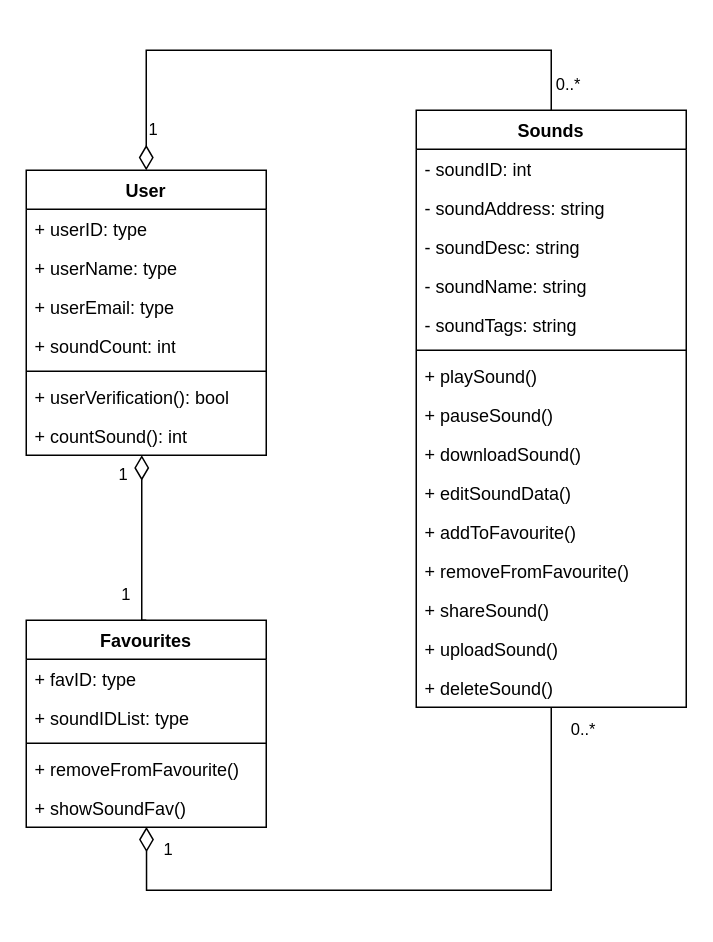
Above: page "Class Diagram" (3 of 4) of re-sfx.drawio in hieraar/re-sfx (draw.io), before the change. Source tidied: cells renumbered, new cells numbered last; positions are measured from the earlier drawing's top-left corner, leaving out a move shared by most shapes. Both pictures are drawn from the tidied source at 150%, with x=0, y=0 at pixel (26, 50).
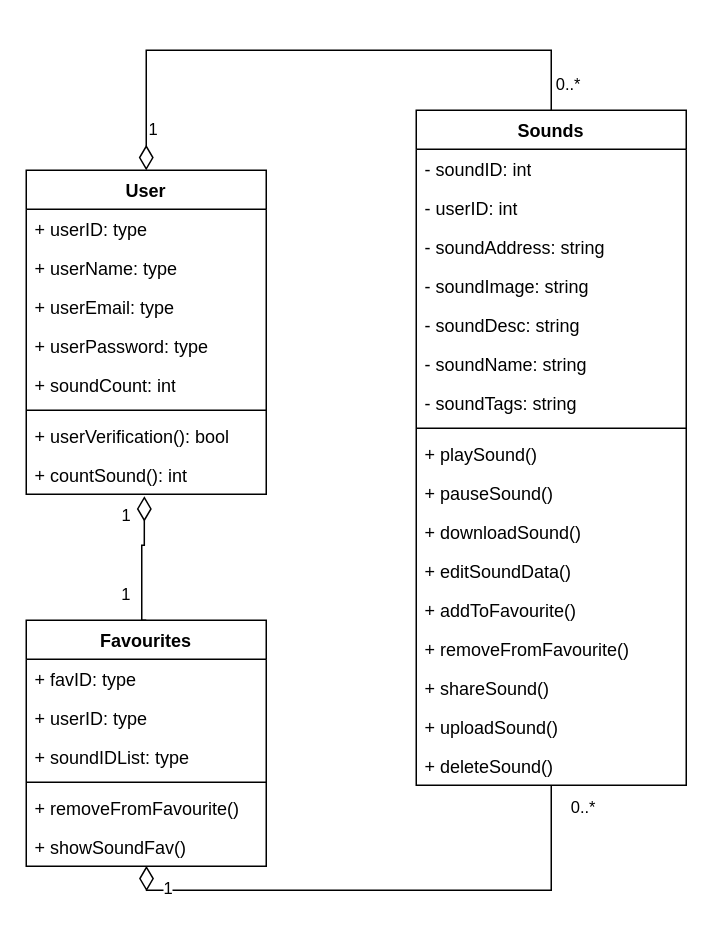
The same page after the edit.

What changed in the source:
```diff
@@
     <mxCell id="2" value="Sounds" style="swimlane;fontStyle=1;align=center;verticalAlign=top;horizontal=1;startSize=26;whiteSpace=wrap;html=1;" parent="1" vertex="1">
-      <mxGeometry x="260" y="40" width="180" height="398" as="geometry" />
+      <mxGeometry x="260" y="40" width="180" height="450" as="geometry" />
     </mxCell>
@@
+    <mxCell id="41" value="- userID: int" style="text;strokeColor=none;fillColor=none;align=left;verticalAlign=top;spacingLeft=4;spacingRight=4;overflow=hidden;whiteSpace=wrap;html=1;" parent="2" vertex="1">
+      <mxGeometry y="52" width="180" height="26" as="geometry" />
+    </mxCell>
     <mxCell id="4" value="- soundAddress: string" style="text;strokeColor=none;fillColor=none;align=left;verticalAlign=top;spacingLeft=4;spacingRight=4;overflow=hidden;whiteSpace=wrap;html=1;" parent="2" vertex="1">
-      <mxGeometry y="52" width="180" height="26" as="geometry" />
+      <mxGeometry y="78" width="180" height="26" as="geometry" />
     </mxCell>
+    <mxCell id="42" value="- soundImage: string" style="text;strokeColor=none;fillColor=none;align=left;verticalAlign=top;spacingLeft=4;spacingRight=4;overflow=hidden;whiteSpace=wrap;html=1;" parent="2" vertex="1">
+      <mxGeometry y="104" width="180" height="26" as="geometry" />
+    </mxCell>
     <mxCell id="5" value="- soundDesc: string" style="text;strokeColor=none;fillColor=none;align=left;verticalAlign=top;spacingLeft=4;spacingRight=4;overflow=hidden;whiteSpace=wrap;html=1;" parent="2" vertex="1">
-      <mxGeometry y="78" width="180" height="26" as="geometry" />
+      <mxGeometry y="130" width="180" height="26" as="geometry" />
     </mxCell>
     <mxCell id="6" value="- soundName: string" style="text;strokeColor=none;fillColor=none;align=left;verticalAlign=top;spacingLeft=4;spacingRight=4;overflow=hidden;whiteSpace=wrap;html=1;" parent="2" vertex="1">
-      <mxGeometry y="104" width="180" height="26" as="geometry" />
+      <mxGeometry y="156" width="180" height="26" as="geometry" />
     </mxCell>
     <mxCell id="7" value="- soundTags: string" style="text;strokeColor=none;fillColor=none;align=left;verticalAlign=top;spacingLeft=4;spacingRight=4;overflow=hidden;whiteSpace=wrap;html=1;" parent="2" vertex="1">
-      <mxGeometry y="130" width="180" height="26" as="geometry" />
+      <mxGeometry y="182" width="180" height="26" as="geometry" />
     </mxCell>
     <mxCell id="8" style="line;strokeWidth=1;fillColor=none;align=left;verticalAlign=middle;spacingTop=-1;spacingLeft=3;spacingRight=3;labelPosition=right;strokeColor=inherit;" parent="2" vertex="1">
-      <mxGeometry y="156" width="180" height="8" as="geometry" />
+      <mxGeometry y="208" width="180" height="8" as="geometry" />
     </mxCell>
     <mxCell id="9" value="+ playSound()" style="text;strokeColor=none;fillColor=none;align=left;verticalAlign=top;spacingLeft=4;spacingRight=4;overflow=hidden;whiteSpace=wrap;html=1;" parent="2" vertex="1">
-      <mxGeometry y="164" width="180" height="26" as="geometry" />
+      <mxGeometry y="216" width="180" height="26" as="geometry" />
     </mxCell>
     <mxCell id="10" value="+ pauseSound()" style="text;strokeColor=none;fillColor=none;align=left;verticalAlign=top;spacingLeft=4;spacingRight=4;overflow=hidden;whiteSpace=wrap;html=1;" parent="2" vertex="1">
-      <mxGeometry y="190" width="180" height="26" as="geometry" />
+      <mxGeometry y="242" width="180" height="26" as="geometry" />
     </mxCell>
     <mxCell id="11" value="+ downloadSound()" style="text;strokeColor=none;fillColor=none;align=left;verticalAlign=top;spacingLeft=4;spacingRight=4;overflow=hidden;whiteSpace=wrap;html=1;" parent="2" vertex="1">
-      <mxGeometry y="216" width="180" height="26" as="geometry" />
+      <mxGeometry y="268" width="180" height="26" as="geometry" />
     </mxCell>
     <mxCell id="12" value="+ editSoundData()" style="text;strokeColor=none;fillColor=none;align=left;verticalAlign=top;spacingLeft=4;spacingRight=4;overflow=hidden;whiteSpace=wrap;html=1;" parent="2" vertex="1">
-      <mxGeometry y="242" width="180" height="26" as="geometry" />
+      <mxGeometry y="294" width="180" height="26" as="geometry" />
     </mxCell>
     <mxCell id="13" value="+ addToFavourite()" style="text;strokeColor=none;fillColor=none;align=left;verticalAlign=top;spacingLeft=4;spacingRight=4;overflow=hidden;whiteSpace=wrap;html=1;" parent="2" vertex="1">
-      <mxGeometry y="268" width="180" height="26" as="geometry" />
+      <mxGeometry y="320" width="180" height="26" as="geometry" />
     </mxCell>
     <mxCell id="14" value="+ removeFromFavourite()" style="text;strokeColor=none;fillColor=none;align=left;verticalAlign=top;spacingLeft=4;spacingRight=4;overflow=hidden;whiteSpace=wrap;html=1;" parent="2" vertex="1">
-      <mxGeometry y="294" width="180" height="26" as="geometry" />
+      <mxGeometry y="346" width="180" height="26" as="geometry" />
     </mxCell>
     <mxCell id="15" value="+ shareSound()" style="text;strokeColor=none;fillColor=none;align=left;verticalAlign=top;spacingLeft=4;spacingRight=4;overflow=hidden;whiteSpace=wrap;html=1;" parent="2" vertex="1">
-      <mxGeometry y="320" width="180" height="26" as="geometry" />
+      <mxGeometry y="372" width="180" height="26" as="geometry" />
     </mxCell>
     <mxCell id="16" value="+ uploadSound()" style="text;strokeColor=none;fillColor=none;align=left;verticalAlign=top;spacingLeft=4;spacingRight=4;overflow=hidden;whiteSpace=wrap;html=1;" parent="2" vertex="1">
-      <mxGeometry y="346" width="180" height="26" as="geometry" />
+      <mxGeometry y="398" width="180" height="26" as="geometry" />
     </mxCell>
     <mxCell id="17" value="+ deleteSound()" style="text;strokeColor=none;fillColor=none;align=left;verticalAlign=top;spacingLeft=4;spacingRight=4;overflow=hidden;whiteSpace=wrap;html=1;" parent="2" vertex="1">
-      <mxGeometry y="372" width="180" height="26" as="geometry" />
+      <mxGeometry y="424" width="180" height="26" as="geometry" />
     </mxCell>
     <mxCell id="18" value="User" style="swimlane;fontStyle=1;align=center;verticalAlign=top;horizontal=1;startSize=26;whiteSpace=wrap;html=1;" parent="1" vertex="1">
-      <mxGeometry y="80" width="160" height="190" as="geometry" />
+      <mxGeometry y="80" width="160" height="216" as="geometry" />
     </mxCell>
@@
+    <mxCell id="43" value="+ userEmail: type" style="text;strokeColor=none;fillColor=none;align=left;verticalAlign=top;spacingLeft=4;spacingRight=4;overflow=hidden;whiteSpace=wrap;html=1;" parent="18" vertex="1">
+      <mxGeometry y="78" width="160" height="26" as="geometry" />
+    </mxCell>
-    <mxCell id="21" value="+ userEmail: type" style="text;strokeColor=none;fillColor=none;align=left;verticalAlign=top;spacingLeft=4;spacingRight=4;overflow=hidden;whiteSpace=wrap;html=1;" parent="18" vertex="1">
-      <mxGeometry y="78" width="160" height="26" as="geometry" />
+    <mxCell id="21" value="+ userPassword: type" style="text;strokeColor=none;fillColor=none;align=left;verticalAlign=top;spacingLeft=4;spacingRight=4;overflow=hidden;whiteSpace=wrap;html=1;" parent="18" vertex="1">
+      <mxGeometry y="104" width="160" height="26" as="geometry" />
     </mxCell>
     <mxCell id="22" value="+ soundCount: int" style="text;strokeColor=none;fillColor=none;align=left;verticalAlign=top;spacingLeft=4;spacingRight=4;overflow=hidden;whiteSpace=wrap;html=1;" parent="18" vertex="1">
-      <mxGeometry y="104" width="160" height="26" as="geometry" />
+      <mxGeometry y="130" width="160" height="26" as="geometry" />
     </mxCell>
     <mxCell id="23" style="line;strokeWidth=1;fillColor=none;align=left;verticalAlign=middle;spacingTop=-1;spacingLeft=3;spacingRight=3;labelPosition=right;strokeColor=inherit;" parent="18" vertex="1">
-      <mxGeometry y="130" width="160" height="8" as="geometry" />
+      <mxGeometry y="156" width="160" height="8" as="geometry" />
     </mxCell>
     <mxCell id="24" value="+ userVerification(): bool" style="text;strokeColor=none;fillColor=none;align=left;verticalAlign=top;spacingLeft=4;spacingRight=4;overflow=hidden;whiteSpace=wrap;html=1;" parent="18" vertex="1">
-      <mxGeometry y="138" width="160" height="26" as="geometry" />
+      <mxGeometry y="164" width="160" height="26" as="geometry" />
     </mxCell>
     <mxCell id="25" value="+ countSound(): int" style="text;strokeColor=none;fillColor=none;align=left;verticalAlign=top;spacingLeft=4;spacingRight=4;overflow=hidden;points=[[0,0.5],[1,0.5]];portConstraint=eastwest;whiteSpace=wrap;html=1;" parent="18" vertex="1">
-      <mxGeometry y="164" width="160" height="26" as="geometry" />
+      <mxGeometry y="190" width="160" height="26" as="geometry" />
     </mxCell>
     <mxCell id="26" value="Favourites" style="swimlane;fontStyle=1;align=center;verticalAlign=top;horizontal=1;startSize=26;whiteSpace=wrap;html=1;" parent="1" vertex="1">
-      <mxGeometry y="380" width="160" height="138" as="geometry" />
+      <mxGeometry y="380" width="160" height="164" as="geometry" />
     </mxCell>
+    <mxCell id="44" value="+ favID: type" style="text;strokeColor=none;fillColor=none;align=left;verticalAlign=top;spacingLeft=4;spacingRight=4;overflow=hidden;whiteSpace=wrap;html=1;" parent="26" vertex="1">
+      <mxGeometry y="26" width="160" height="26" as="geometry" />
+    </mxCell>
-    <mxCell id="27" value="+ favID: type" style="text;strokeColor=none;fillColor=none;align=left;verticalAlign=top;spacingLeft=4;spacingRight=4;overflow=hidden;whiteSpace=wrap;html=1;" parent="26" vertex="1">
-      <mxGeometry y="26" width="160" height="26" as="geometry" />
+    <mxCell id="27" value="+ userID: type" style="text;strokeColor=none;fillColor=none;align=left;verticalAlign=top;spacingLeft=4;spacingRight=4;overflow=hidden;whiteSpace=wrap;html=1;" parent="26" vertex="1">
+      <mxGeometry y="52" width="160" height="26" as="geometry" />
     </mxCell>
     <mxCell id="28" value="+ soundIDList: type" style="text;strokeColor=none;fillColor=none;align=left;verticalAlign=top;spacingLeft=4;spacingRight=4;overflow=hidden;whiteSpace=wrap;html=1;" parent="26" vertex="1">
-      <mxGeometry y="52" width="160" height="26" as="geometry" />
+      <mxGeometry y="78" width="160" height="26" as="geometry" />
     </mxCell>
     <mxCell id="29" style="line;strokeWidth=1;fillColor=none;align=left;verticalAlign=middle;spacingTop=-1;spacingLeft=3;spacingRight=3;labelPosition=right;strokeColor=inherit;" parent="26" vertex="1">
-      <mxGeometry y="78" width="160" height="8" as="geometry" />
+      <mxGeometry y="104" width="160" height="8" as="geometry" />
     </mxCell>
     <mxCell id="30" value="+ removeFromFavourite()" style="text;strokeColor=none;fillColor=none;align=left;verticalAlign=top;spacingLeft=4;spacingRight=4;overflow=hidden;whiteSpace=wrap;html=1;" parent="26" vertex="1">
-      <mxGeometry y="86" width="160" height="26" as="geometry" />
+      <mxGeometry y="112" width="160" height="26" as="geometry" />
     </mxCell>
     <mxCell id="31" value="+ showSoundFav()" style="text;strokeColor=none;fillColor=none;align=left;verticalAlign=top;spacingLeft=4;spacingRight=4;overflow=hidden;points=[[0,0.5],[1,0.5]];portConstraint=eastwest;whiteSpace=wrap;html=1;" parent="26" vertex="1">
-      <mxGeometry y="112" width="160" height="26" as="geometry" />
+      <mxGeometry y="138" width="160" height="26" as="geometry" />
     </mxCell>
@@
-    <mxCell id="35" style="endArrow=;html=1;endSize=12;startArrow=diamondThin;startSize=14;startFill=0;edgeStyle=orthogonalEdgeStyle;rounded=0;entryX=0.5;entryY=0;entryDx=0;entryDy=0;" parent="1" edge="1" target="26">
+    <mxCell id="35" style="endArrow=;html=1;endSize=12;startArrow=diamondThin;startSize=14;startFill=0;edgeStyle=orthogonalEdgeStyle;rounded=0;entryX=0.5;entryY=0;entryDx=0;entryDy=0;exitX=0.492;exitY=1.051;exitDx=0;exitDy=0;exitPerimeter=0;" parent="1" edge="1" source="25" target="26">
       <mxGeometry relative="1" as="geometry">
-        <mxPoint x="77" y="270" as="sourcePoint" />
         <Array as="points">
+          <mxPoint x="79" y="330" />
+          <mxPoint x="77" y="330" />
           <mxPoint x="77" y="380" />
         </Array>
       </mxGeometry>
     </mxCell>
```
